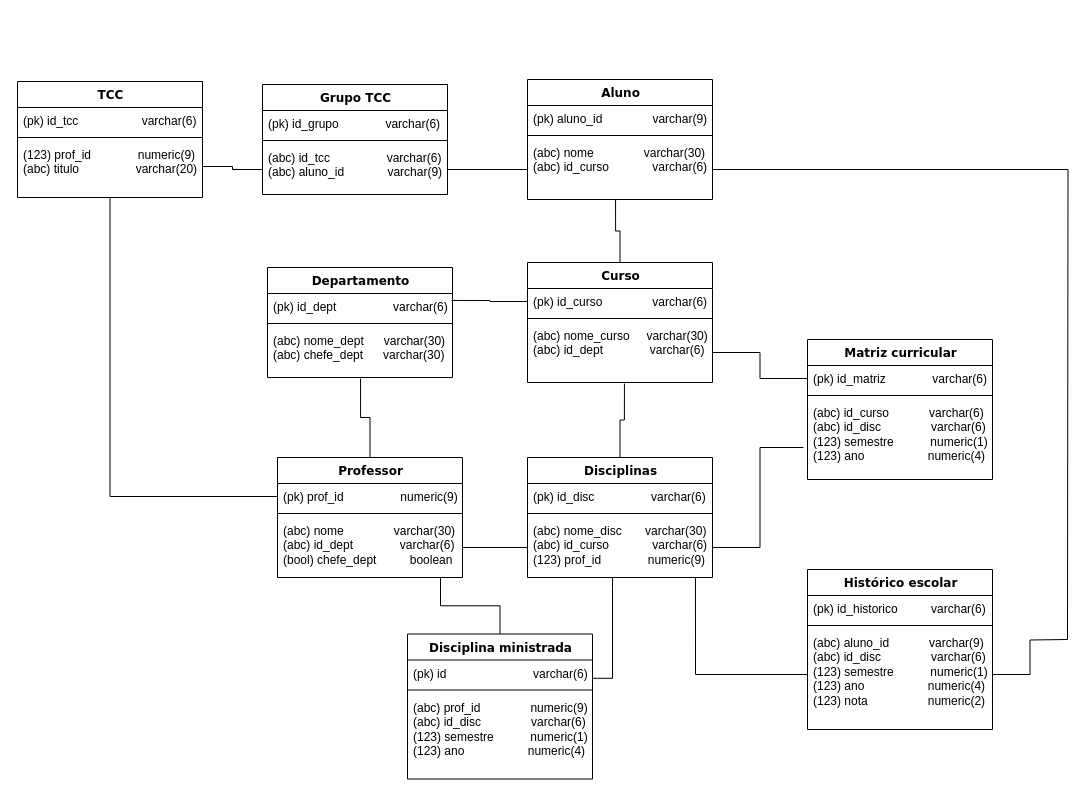
The draw.io diagram Diagrama sem nome.drawio in PedroRocha03/proj_banco_de_dados, before the edit. Source tidied: cells renumbered, new cells numbered last; positions are measured from the earlier drawing's top-left corner, leaving out a move shared by most shapes. Both pictures are drawn from the tidied source at 100%, with x=0, y=0 at pixel (17, 17).
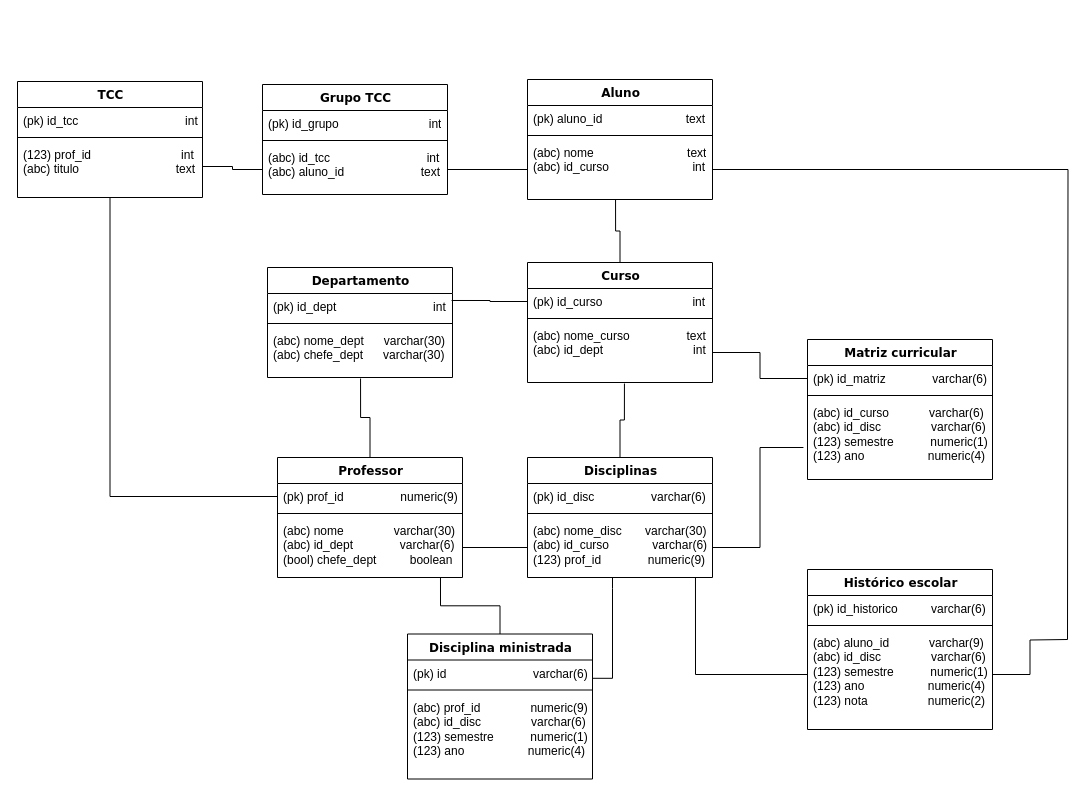
Above is the later version.

The change refers to these unchanged cells:
```xml
<mxCell id="2" value="Aluno" style="swimlane;html=1;fontStyle=1;align=center;verticalAlign=top;horizontal=1;startSize=26;swimlaneFillColor=#ffffff;rounded=0;shadow=0;comic=0;labelBackgroundColor=none;strokeWidth=1;fillColor=none;fontFamily=Verdana;fontSize=12;" parent="1" vertex="1">
  <mxGeometry x="510" y="62" width="185" height="120" as="geometry" />
</mxCell>
<mxCell id="12" value="Curso" style="swimlane;html=1;fontStyle=1;align=center;verticalAlign=top;horizontal=1;startSize=26;swimlaneFillColor=#ffffff;rounded=0;shadow=0;comic=0;labelBackgroundColor=none;strokeWidth=1;fillColor=none;fontFamily=Verdana;fontSize=12;" parent="1" vertex="1">
  <mxGeometry x="510" y="245" width="185" height="120" as="geometry" />
</mxCell>
<mxCell id="16" value="Departamento" style="swimlane;html=1;fontStyle=1;align=center;verticalAlign=top;horizontal=1;startSize=26;swimlaneFillColor=#ffffff;rounded=0;shadow=0;comic=0;labelBackgroundColor=none;strokeWidth=1;fillColor=none;fontFamily=Verdana;fontSize=12;" parent="1" vertex="1">
  <mxGeometry x="250" y="250" width="185" height="110" as="geometry" />
</mxCell>
<mxCell id="37" value="Grupo TCC" style="swimlane;html=1;fontStyle=1;align=center;verticalAlign=top;horizontal=1;startSize=26;swimlaneFillColor=#ffffff;rounded=0;shadow=0;comic=0;labelBackgroundColor=none;strokeWidth=1;fillColor=none;fontFamily=Verdana;fontSize=12;" parent="1" vertex="1">
  <mxGeometry x="245" y="67" width="185" height="110" as="geometry" />
</mxCell>
<mxCell id="42" value="TCC" style="swimlane;html=1;fontStyle=1;align=center;verticalAlign=top;horizontal=1;startSize=26;swimlaneFillColor=#ffffff;rounded=0;shadow=0;comic=0;labelBackgroundColor=none;strokeWidth=1;fillColor=none;fontFamily=Verdana;fontSize=12;" parent="1" vertex="1">
  <mxGeometry y="64" width="185" height="116" as="geometry" />
</mxCell>
```

The edit, as a diff of the source:
```diff
@@
-    <mxCell id="3" value="(pk) aluno_id&amp;nbsp; &amp;nbsp; &amp;nbsp; &amp;nbsp; &amp;nbsp; &amp;nbsp; &amp;nbsp; &amp;nbsp;varchar(9)" style="text;html=1;strokeColor=none;fillColor=none;align=left;verticalAlign=top;spacingLeft=4;spacingRight=4;whiteSpace=wrap;overflow=hidden;" parent="2" vertex="1">
+    <mxCell id="3" value="(pk) aluno_id&amp;nbsp; &amp;nbsp; &amp;nbsp; &amp;nbsp; &amp;nbsp; &amp;nbsp; &amp;nbsp; &amp;nbsp; &amp;nbsp; &amp;nbsp; &amp;nbsp; &amp;nbsp; &amp;nbsp;text" style="text;html=1;strokeColor=none;fillColor=none;align=left;verticalAlign=top;spacingLeft=4;spacingRight=4;whiteSpace=wrap;overflow=hidden;" parent="2" vertex="1">
       <mxGeometry y="26" width="185" height="26" as="geometry" />
     </mxCell>
@@
-    <mxCell id="6" value="(abc) nome&amp;nbsp; &amp;nbsp; &amp;nbsp; &amp;nbsp; &amp;nbsp; &amp;nbsp; &amp;nbsp; &amp;nbsp;varchar(30)&lt;div&gt;(abc) id_curso&amp;nbsp; &amp;nbsp; &amp;nbsp; &amp;nbsp; &amp;nbsp; &amp;nbsp; &amp;nbsp;varchar(6)&lt;/div&gt;&lt;div&gt;&lt;br&gt;&lt;/div&gt;" style="text;html=1;strokeColor=none;fillColor=none;align=left;verticalAlign=top;spacingLeft=4;spacingRight=4;whiteSpace=wrap;overflow=hidden;points=[[0,0.5],[1,0.5]];portConstraint=eastwest;" parent="2" vertex="1">
+    <mxCell id="6" value="(abc) nome&amp;nbsp; &amp;nbsp; &amp;nbsp; &amp;nbsp; &amp;nbsp; &amp;nbsp; &amp;nbsp; &amp;nbsp; &amp;nbsp; &amp;nbsp; &amp;nbsp; &amp;nbsp; &amp;nbsp; &amp;nbsp; text&lt;div&gt;(abc) id_curso&amp;nbsp; &amp;nbsp; &amp;nbsp; &amp;nbsp; &amp;nbsp; &amp;nbsp; &amp;nbsp; &amp;nbsp; &amp;nbsp; &amp;nbsp; &amp;nbsp; &amp;nbsp; &amp;nbsp;int&lt;/div&gt;&lt;div&gt;&lt;br&gt;&lt;/div&gt;" style="text;html=1;strokeColor=none;fillColor=none;align=left;verticalAlign=top;spacingLeft=4;spacingRight=4;whiteSpace=wrap;overflow=hidden;points=[[0,0.5],[1,0.5]];portConstraint=eastwest;" parent="2" vertex="1">
       <mxGeometry y="60" width="185" height="60" as="geometry" />
     </mxCell>
@@
-    <mxCell id="13" value="(pk) id_curso&amp;nbsp; &amp;nbsp; &amp;nbsp; &amp;nbsp; &amp;nbsp; &amp;nbsp; &amp;nbsp; &amp;nbsp;varchar(6)" style="text;html=1;strokeColor=none;fillColor=none;align=left;verticalAlign=top;spacingLeft=4;spacingRight=4;whiteSpace=wrap;overflow=hidden;points=[[0,0.5],[1,0.5]];portConstraint=eastwest;" parent="12" vertex="1">
+    <mxCell id="13" value="(pk) id_curso&amp;nbsp; &amp;nbsp; &amp;nbsp; &amp;nbsp; &amp;nbsp; &amp;nbsp; &amp;nbsp; &amp;nbsp; &amp;nbsp; &amp;nbsp; &amp;nbsp; &amp;nbsp; &amp;nbsp; &amp;nbsp;int" style="text;html=1;strokeColor=none;fillColor=none;align=left;verticalAlign=top;spacingLeft=4;spacingRight=4;whiteSpace=wrap;overflow=hidden;points=[[0,0.5],[1,0.5]];portConstraint=eastwest;" parent="12" vertex="1">
       <mxGeometry y="26" width="185" height="26" as="geometry" />
     </mxCell>
@@
-    <mxCell id="15" value="(abc) nome_curso&amp;nbsp; &amp;nbsp; &amp;nbsp;varchar(30)&lt;div&gt;(abc) id_dept&amp;nbsp; &amp;nbsp; &amp;nbsp; &amp;nbsp; &amp;nbsp; &amp;nbsp; &amp;nbsp; varchar(6)&lt;/div&gt;&lt;div&gt;&lt;br&gt;&lt;/div&gt;" style="text;html=1;strokeColor=none;fillColor=none;align=left;verticalAlign=top;spacingLeft=4;spacingRight=4;whiteSpace=wrap;overflow=hidden;points=[[0,0.5],[1,0.5]];portConstraint=eastwest;" parent="12" vertex="1">
+    <mxCell id="15" value="(abc) nome_curso&amp;nbsp; &amp;nbsp; &amp;nbsp; &amp;nbsp; &amp;nbsp; &amp;nbsp; &amp;nbsp; &amp;nbsp; &amp;nbsp;text&lt;div&gt;(abc) id_dept&amp;nbsp; &amp;nbsp; &amp;nbsp; &amp;nbsp; &amp;nbsp; &amp;nbsp; &amp;nbsp; &amp;nbsp; &amp;nbsp; &amp;nbsp; &amp;nbsp; &amp;nbsp; &amp;nbsp; &amp;nbsp;int&lt;/div&gt;&lt;div&gt;&lt;br&gt;&lt;/div&gt;" style="text;html=1;strokeColor=none;fillColor=none;align=left;verticalAlign=top;spacingLeft=4;spacingRight=4;whiteSpace=wrap;overflow=hidden;points=[[0,0.5],[1,0.5]];portConstraint=eastwest;" parent="12" vertex="1">
       <mxGeometry y="60" width="185" height="60" as="geometry" />
     </mxCell>
@@
-    <mxCell id="17" value="(pk) id_dept&amp;nbsp; &amp;nbsp; &amp;nbsp; &amp;nbsp; &amp;nbsp; &amp;nbsp; &amp;nbsp; &amp;nbsp; &amp;nbsp;&lt;span style=&quot;background-color: initial;&quot;&gt;varchar(6)&lt;/span&gt;" style="text;html=1;strokeColor=none;fillColor=none;align=left;verticalAlign=top;spacingLeft=4;spacingRight=4;whiteSpace=wrap;overflow=hidden;points=[[0,0.5],[1,0.5]];portConstraint=eastwest;" parent="16" vertex="1">
+    <mxCell id="17" value="(pk) id_dept&amp;nbsp; &amp;nbsp; &amp;nbsp; &amp;nbsp; &amp;nbsp; &amp;nbsp; &amp;nbsp; &amp;nbsp; &amp;nbsp; &amp;nbsp; &amp;nbsp; &amp;nbsp; &amp;nbsp; &amp;nbsp; &amp;nbsp;int" style="text;html=1;strokeColor=none;fillColor=none;align=left;verticalAlign=top;spacingLeft=4;spacingRight=4;whiteSpace=wrap;overflow=hidden;points=[[0,0.5],[1,0.5]];portConstraint=eastwest;" parent="16" vertex="1">
       <mxGeometry y="26" width="185" height="26" as="geometry" />
     </mxCell>
@@
-    <mxCell id="38" value="(pk) id_grupo&amp;nbsp; &amp;nbsp; &amp;nbsp; &amp;nbsp; &amp;nbsp; &amp;nbsp; &amp;nbsp; varchar(6)" style="text;html=1;strokeColor=none;fillColor=none;align=left;verticalAlign=top;spacingLeft=4;spacingRight=4;whiteSpace=wrap;overflow=hidden;" parent="37" vertex="1">
+    <mxCell id="38" value="(pk) id_grupo&amp;nbsp; &amp;nbsp; &amp;nbsp; &amp;nbsp; &amp;nbsp; &amp;nbsp; &amp;nbsp; &amp;nbsp; &amp;nbsp; &amp;nbsp; &amp;nbsp; &amp;nbsp; &amp;nbsp; &amp;nbsp;int" style="text;html=1;strokeColor=none;fillColor=none;align=left;verticalAlign=top;spacingLeft=4;spacingRight=4;whiteSpace=wrap;overflow=hidden;" parent="37" vertex="1">
       <mxGeometry y="26" width="185" height="26" as="geometry" />
     </mxCell>
@@
-    <mxCell id="40" value="&lt;div&gt;(abc) id_tcc&amp;nbsp; &amp;nbsp; &amp;nbsp; &amp;nbsp; &amp;nbsp; &amp;nbsp; &amp;nbsp; &amp;nbsp; &amp;nbsp;varchar(6)&lt;/div&gt;&lt;div&gt;(abc) aluno_id&amp;nbsp; &amp;nbsp; &amp;nbsp; &amp;nbsp; &amp;nbsp; &amp;nbsp; &amp;nbsp;varchar(9)&lt;/div&gt;" style="text;html=1;strokeColor=none;fillColor=none;align=left;verticalAlign=top;spacingLeft=4;spacingRight=4;whiteSpace=wrap;overflow=hidden;points=[[0,0.5],[1,0.5]];portConstraint=eastwest;" parent="37" vertex="1">
+    <mxCell id="40" value="&lt;div&gt;(abc) id_tcc&amp;nbsp; &amp;nbsp; &amp;nbsp; &amp;nbsp; &amp;nbsp; &amp;nbsp; &amp;nbsp; &amp;nbsp; &amp;nbsp; &amp;nbsp; &amp;nbsp; &amp;nbsp; &amp;nbsp; &amp;nbsp; &amp;nbsp;int&lt;/div&gt;&lt;div&gt;(abc) aluno_id&amp;nbsp; &amp;nbsp; &amp;nbsp; &amp;nbsp; &amp;nbsp; &amp;nbsp; &amp;nbsp; &amp;nbsp; &amp;nbsp; &amp;nbsp; &amp;nbsp; &amp;nbsp;text&lt;/div&gt;" style="text;html=1;strokeColor=none;fillColor=none;align=left;verticalAlign=top;spacingLeft=4;spacingRight=4;whiteSpace=wrap;overflow=hidden;points=[[0,0.5],[1,0.5]];portConstraint=eastwest;" parent="37" vertex="1">
       <mxGeometry y="60" width="185" height="50" as="geometry" />
     </mxCell>
@@
-    <mxCell id="43" value="(pk) id_tcc&amp;nbsp; &amp;nbsp; &amp;nbsp; &amp;nbsp; &amp;nbsp; &amp;nbsp; &amp;nbsp; &amp;nbsp; &amp;nbsp; &amp;nbsp;varchar(6)" style="text;html=1;strokeColor=none;fillColor=none;align=left;verticalAlign=top;spacingLeft=4;spacingRight=4;whiteSpace=wrap;overflow=hidden;" parent="42" vertex="1">
+    <mxCell id="43" value="(pk) id_tcc&amp;nbsp; &amp;nbsp; &amp;nbsp; &amp;nbsp; &amp;nbsp; &amp;nbsp; &amp;nbsp; &amp;nbsp; &amp;nbsp; &amp;nbsp; &amp;nbsp; &amp;nbsp; &amp;nbsp; &amp;nbsp; &amp;nbsp; &amp;nbsp; int&lt;span style=&quot;white-space: pre;&quot;&gt;&lt;/span&gt;" style="text;html=1;strokeColor=none;fillColor=none;align=left;verticalAlign=top;spacingLeft=4;spacingRight=4;whiteSpace=wrap;overflow=hidden;" parent="42" vertex="1">
       <mxGeometry y="26" width="185" height="26" as="geometry" />
     </mxCell>
@@
-    <mxCell id="45" value="(123) prof_id&amp;nbsp; &amp;nbsp; &amp;nbsp; &amp;nbsp; &amp;nbsp; &amp;nbsp; &amp;nbsp; numeric(9)&lt;div&gt;(abc) titulo&amp;nbsp; &amp;nbsp; &amp;nbsp; &amp;nbsp; &amp;nbsp; &amp;nbsp; &amp;nbsp; &amp;nbsp; &amp;nbsp;varchar(20)&lt;/div&gt;" style="text;html=1;strokeColor=none;fillColor=none;align=left;verticalAlign=top;spacingLeft=4;spacingRight=4;whiteSpace=wrap;overflow=hidden;points=[[0,0.5],[1,0.5]];portConstraint=eastwest;" parent="42" vertex="1">
+    <mxCell id="45" value="(123) prof_id&amp;nbsp; &amp;nbsp; &amp;nbsp; &amp;nbsp; &amp;nbsp; &amp;nbsp; &amp;nbsp; &amp;nbsp; &amp;nbsp; &amp;nbsp; &amp;nbsp; &amp;nbsp; &amp;nbsp; &amp;nbsp;int&lt;div&gt;(abc) titulo&amp;nbsp; &amp;nbsp; &amp;nbsp; &amp;nbsp; &amp;nbsp; &amp;nbsp; &amp;nbsp; &amp;nbsp; &amp;nbsp; &amp;nbsp; &amp;nbsp; &amp;nbsp; &amp;nbsp; &amp;nbsp; &amp;nbsp;text&lt;/div&gt;" style="text;html=1;strokeColor=none;fillColor=none;align=left;verticalAlign=top;spacingLeft=4;spacingRight=4;whiteSpace=wrap;overflow=hidden;points=[[0,0.5],[1,0.5]];portConstraint=eastwest;" parent="42" vertex="1">
       <mxGeometry y="60" width="185" height="50" as="geometry" />
     </mxCell>
```
